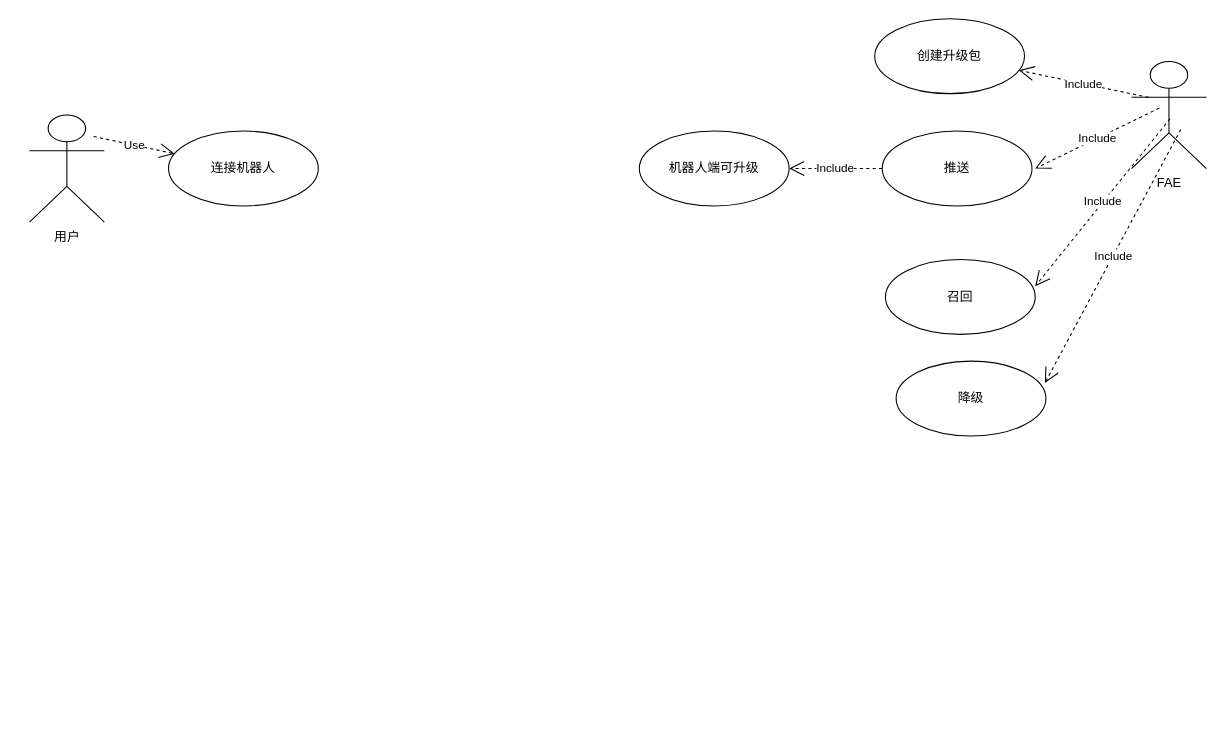
The draw.io diagram craft/Case_push_site_1.drawio in feihu618/drawio, before the edit. Source tidied: cells renumbered, new cells numbered last; positions are measured from the earlier drawing's top-left corner, leaving out a move shared by most shapes. Both pictures are drawn from the tidied source at 107%, with x=0, y=0 at pixel (29, 18). Pictures stored in the file or linked from it are replaced by grey dashed boxes.
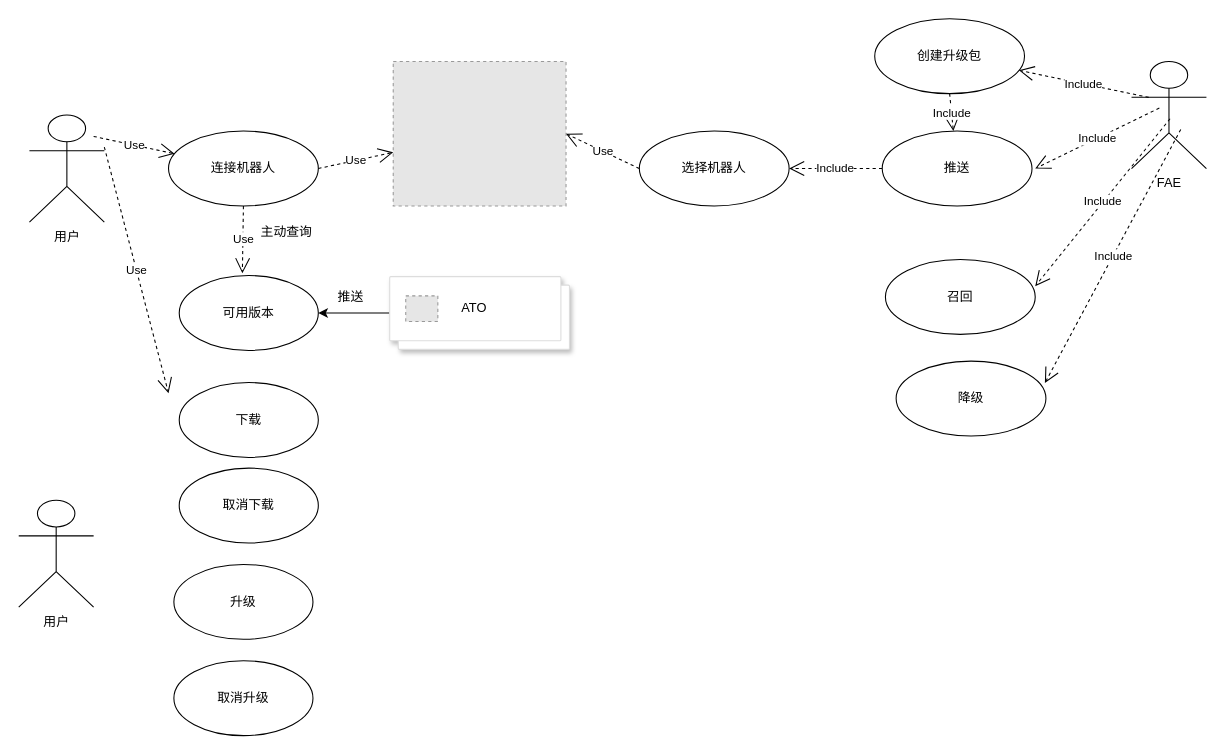
Above is the later version.

Unchanged cells that the change refers to:
```xml
<mxCell id="2" value="连接机器人" style="ellipse;whiteSpace=wrap;html=1;" parent="1" vertex="1">
  <mxGeometry x="130" y="105" width="140" height="70" as="geometry" />
</mxCell>
<mxCell id="7" value="创建升级包" style="ellipse;whiteSpace=wrap;html=1;" parent="1" vertex="1">
  <mxGeometry x="790" width="140" height="70" as="geometry" />
</mxCell>
<mxCell id="9" value="推送" style="ellipse;whiteSpace=wrap;html=1;" parent="1" vertex="1">
  <mxGeometry x="797" y="105" width="140" height="70" as="geometry" />
</mxCell>
```

The edit, as a diff of the source:
```diff
@@
-    <mxCell id="4" value="机器人端可升级" style="ellipse;whiteSpace=wrap;html=1;" parent="1" vertex="1">
+    <mxCell id="4" value="选择机器人" style="ellipse;whiteSpace=wrap;html=1;" parent="1" vertex="1">
       <mxGeometry x="570" y="105" width="140" height="70" as="geometry" />
     </mxCell>
@@
+    <mxCell id="16" value="可用版本" style="ellipse;whiteSpace=wrap;html=1;" parent="1" vertex="1">
+      <mxGeometry x="140" y="240" width="130" height="70" as="geometry" />
+    </mxCell>
+    <mxCell id="17" value="Use" style="endArrow=open;endSize=12;dashed=1;html=1;rounded=0;exitX=0.5;exitY=1;exitDx=0;exitDy=0;entryX=0.454;entryY=-0.029;entryDx=0;entryDy=0;entryPerimeter=0;" parent="1" edge="1" source="2" target="16">
+      <mxGeometry relative="1" as="geometry" />
+    </mxCell>
+    <mxCell id="18" value="下载" style="ellipse;whiteSpace=wrap;html=1;" parent="1" vertex="1">
+      <mxGeometry x="140" y="340" width="130" height="70" as="geometry" />
+    </mxCell>
+    <mxCell id="19" value="主动查询" style="text;html=1;align=center;verticalAlign=middle;fillColor=none;strokeColor=none;rounded=0;" parent="1" vertex="1">
+      <mxGeometry x="210" y="190" width="60" height="20" as="geometry" />
+    </mxCell>
+    <mxCell id="20" style="edgeStyle=orthogonalEdgeStyle;rounded=0;jettySize=auto;html=1;entryX=1;entryY=0.5;entryDx=0;entryDy=0;" parent="1" edge="1" source="21" target="16">
+      <mxGeometry relative="1" as="geometry" />
+    </mxCell>
+    <mxCell id="21" style="shape=mxgraph.gcp2.doubleRect;strokeColor=#dddddd;shadow=1;strokeWidth=1;rounded=1;absoluteArcSize=1;arcSize=2;" parent="1" vertex="1">
+      <mxGeometry x="336.7" y="241" width="168" height="68" as="geometry" />
+    </mxCell>
+    <mxCell id="22" value="&lt;font color=&quot;#000000&quot;&gt;ATO&lt;/font&gt;" style="fillColor=#E6E6E6;strokeColor=#999999;dashed=1;html=1;fontColor=#999999;verticalLabelPosition=middle;labelBackgroundColor=#ffffff;verticalAlign=middle;labelPosition=right;align=left;spacingLeft=20;" parent="21" vertex="1">
+      <mxGeometry width="30" height="24" relative="1" as="geometry">
+        <mxPoint x="15" y="18" as="offset" />
+      </mxGeometry>
+    </mxCell>
+    <mxCell id="23" value="Include" style="endArrow=open;endSize=12;dashed=1;html=1;rounded=0;exitX=0.5;exitY=1;exitDx=0;exitDy=0;" parent="1" edge="1" source="7" target="9">
+      <mxGeometry relative="1" as="geometry" />
+    </mxCell>
+    <mxCell id="24" style="fillColor=#E6E6E6;strokeColor=#999999;dashed=1;verticalLabelPosition=bottom;verticalAlign=top;" parent="1" vertex="1">
+      <mxGeometry x="340" y="40" width="161.5" height="135" as="geometry" />
+    </mxCell>
+    <mxCell id="25" value="Use" style="endArrow=open;endSize=12;dashed=1;html=1;rounded=0;exitX=1;exitY=0.5;exitDx=0;exitDy=0;" parent="1" edge="1" source="2" target="24">
+      <mxGeometry relative="1" as="geometry" />
+    </mxCell>
+    <mxCell id="26" value="Use" style="endArrow=open;endSize=12;dashed=1;html=1;rounded=0;exitX=0;exitY=0.5;exitDx=0;exitDy=0;entryX=1;entryY=0.5;entryDx=0;entryDy=0;" parent="1" edge="1" source="4" target="24">
+      <mxGeometry relative="1" as="geometry" />
+    </mxCell>
+    <mxCell id="27" value="&lt;span style=&quot;&quot;&gt;推送&lt;/span&gt;" style="text;html=1;align=center;verticalAlign=middle;strokeColor=none;fillColor=none;" parent="1" vertex="1">
+      <mxGeometry x="280" y="250" width="40" height="20" as="geometry" />
+    </mxCell>
+    <mxCell id="28" value="取消下载" style="ellipse;whiteSpace=wrap;html=1;" parent="1" vertex="1">
+      <mxGeometry x="140" y="420" width="130" height="70" as="geometry" />
+    </mxCell>
+    <mxCell id="29" value="Use" style="endArrow=open;endSize=12;dashed=1;html=1;rounded=0;" parent="1" edge="1">
+      <mxGeometry relative="1" as="geometry">
+        <mxPoint x="70" y="120" as="sourcePoint" />
+        <mxPoint x="130" y="350" as="targetPoint" />
+      </mxGeometry>
+    </mxCell>
+    <mxCell id="30" value="升级" style="ellipse;whiteSpace=wrap;html=1;" parent="1" vertex="1">
+      <mxGeometry x="135" y="510" width="130" height="70" as="geometry" />
+    </mxCell>
+    <mxCell id="31" value="取消升级" style="ellipse;whiteSpace=wrap;html=1;" parent="1" vertex="1">
+      <mxGeometry x="135" y="600" width="130" height="70" as="geometry" />
+    </mxCell>
+    <mxCell id="32" value="用户" style="shape=umlActor;verticalLabelPosition=bottom;verticalAlign=top;html=1;" parent="1" vertex="1">
+      <mxGeometry x="-10" y="450" width="70" height="100" as="geometry" />
+    </mxCell>
```
